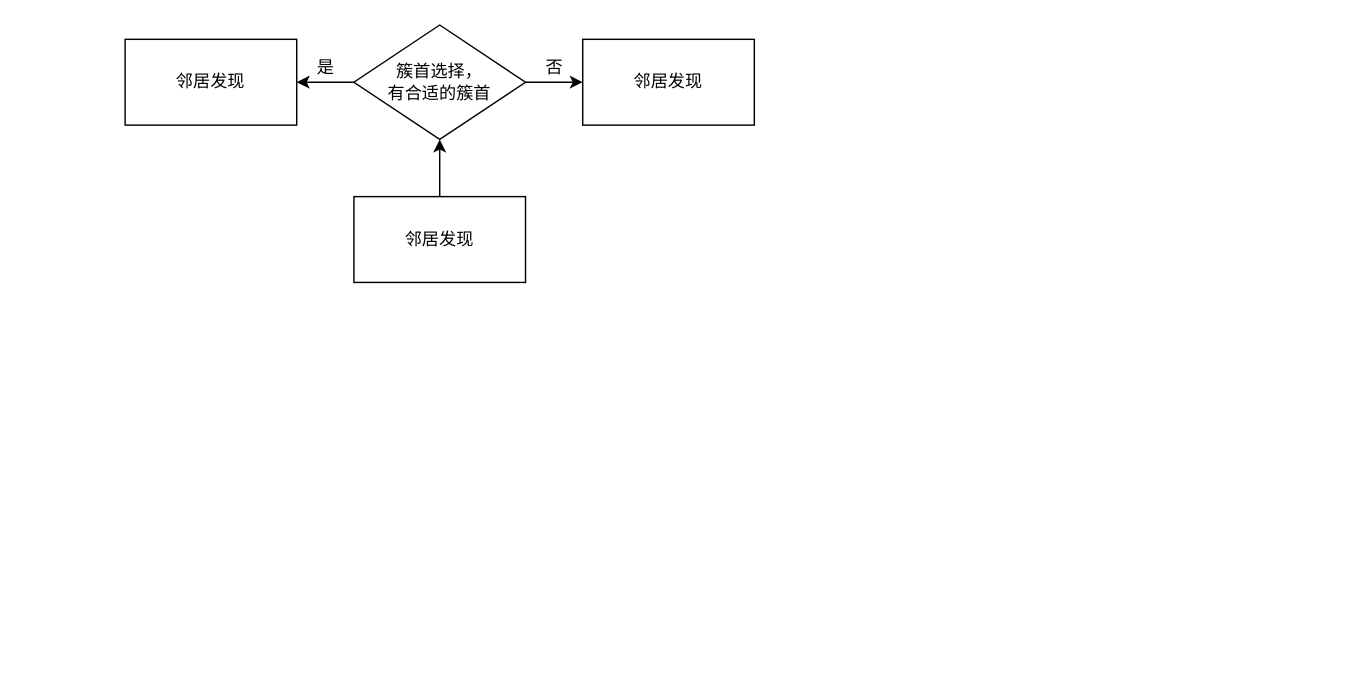
Before: my-cluster.drawio in trevorHsu/draftChart, a draw.io diagram. Source tidied: cells renumbered, new cells numbered last; positions are measured from the earlier drawing's top-left corner, leaving out a move shared by most shapes. Both pictures are drawn from the tidied source at 143%, with x=0, y=0 at pixel (124, 24).
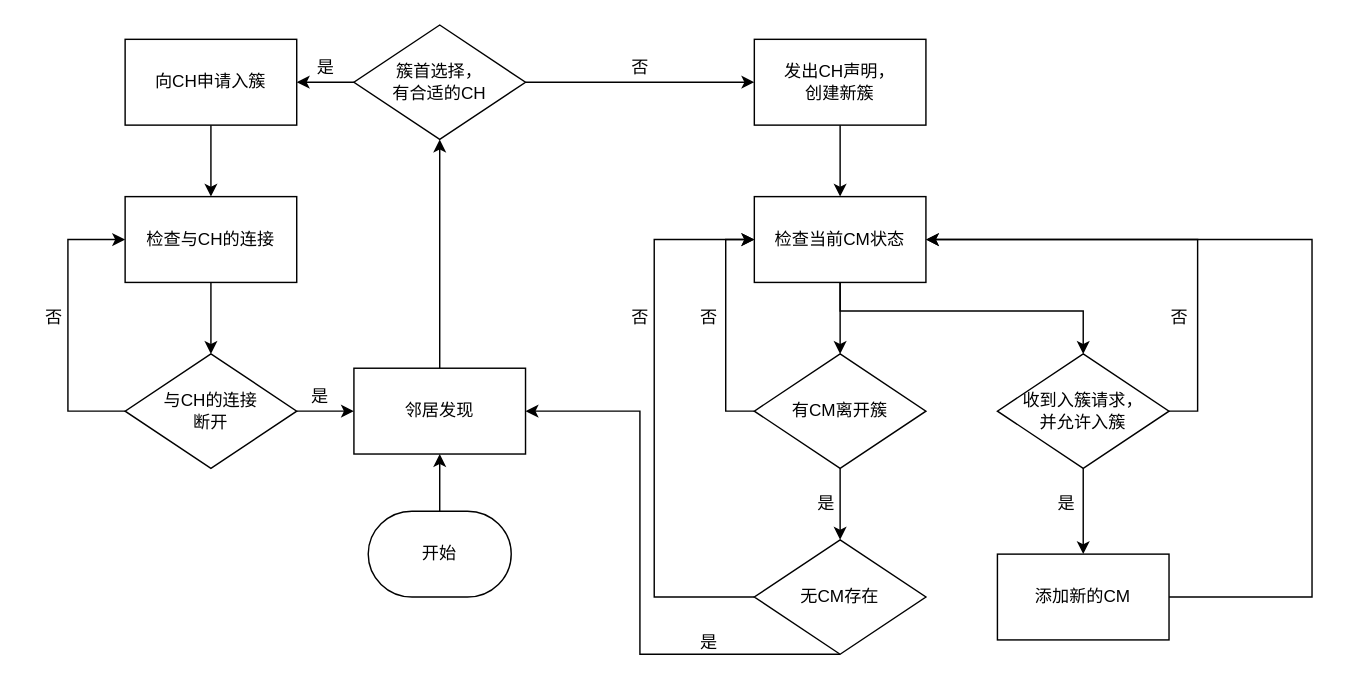
After the change.

Change to the diagram source:
```diff
@@
     <mxCell id="3" value="邻居发现" style="rounded=0;whiteSpace=wrap;html=1;" parent="1" vertex="1">
-      <mxGeometry x="160" y="120" width="120" height="60" as="geometry" />
+      <mxGeometry x="160" y="240" width="120" height="60" as="geometry" />
     </mxCell>
@@
-    <mxCell id="6" value="簇首选择，&lt;br&gt;有合适的簇首" style="rhombus;whiteSpace=wrap;html=1;" parent="1" vertex="1">
+    <mxCell id="6" value="簇首选择，&lt;br&gt;有合适的CH" style="rhombus;whiteSpace=wrap;html=1;" parent="1" vertex="1">
       <mxGeometry x="160" width="120" height="80" as="geometry" />
     </mxCell>
+    <mxCell id="11" style="edgeStyle=orthogonalEdgeStyle;rounded=0;jettySize=auto;html=1;" parent="1" edge="1" source="7" target="14">
+      <mxGeometry relative="1" as="geometry" />
+    </mxCell>
-    <mxCell id="7" value="邻居发现" style="rounded=0;whiteSpace=wrap;html=1;" parent="1" vertex="1">
+    <mxCell id="7" value="向CH申请入簇" style="rounded=0;whiteSpace=wrap;html=1;" parent="1" vertex="1">
       <mxGeometry y="10" width="120" height="60" as="geometry" />
     </mxCell>
+    <mxCell id="12" style="edgeStyle=orthogonalEdgeStyle;rounded=0;jettySize=auto;html=1;" parent="1" edge="1" source="8" target="22">
+      <mxGeometry relative="1" as="geometry" />
+    </mxCell>
-    <mxCell id="8" value="邻居发现" style="rounded=0;whiteSpace=wrap;html=1;" parent="1" vertex="1">
-      <mxGeometry x="320" y="10" width="120" height="60" as="geometry" />
+    <mxCell id="8" value="发出CH声明，&lt;br&gt;创建新簇" style="rounded=0;whiteSpace=wrap;html=1;" parent="1" vertex="1">
+      <mxGeometry x="440" y="10" width="120" height="60" as="geometry" />
     </mxCell>
@@
     <mxCell id="10" value="否" style="text;html=1;align=center;verticalAlign=middle;fillColor=none;strokeColor=none;rounded=0;" parent="1" vertex="1">
-      <mxGeometry x="280" y="15" width="40" height="30" as="geometry" />
+      <mxGeometry x="340" y="15" width="40" height="30" as="geometry" />
     </mxCell>
+    <mxCell id="13" style="edgeStyle=orthogonalEdgeStyle;rounded=0;jettySize=auto;html=1;" parent="1" edge="1" source="14" target="17">
+      <mxGeometry relative="1" as="geometry" />
+    </mxCell>
+    <mxCell id="14" value="检查与CH的连接" style="rounded=0;whiteSpace=wrap;html=1;" parent="1" vertex="1">
+      <mxGeometry y="120" width="120" height="60" as="geometry" />
+    </mxCell>
+    <mxCell id="15" style="edgeStyle=orthogonalEdgeStyle;rounded=0;jettySize=auto;html=1;entryX=0;entryY=0.5;entryDx=0;entryDy=0;" parent="1" edge="1" source="17" target="14">
+      <mxGeometry relative="1" as="geometry">
+        <Array as="points">
+          <mxPoint x="-40" y="270" />
+          <mxPoint x="-40" y="150" />
+        </Array>
+      </mxGeometry>
+    </mxCell>
+    <mxCell id="16" style="edgeStyle=orthogonalEdgeStyle;rounded=0;jettySize=auto;html=1;" parent="1" edge="1" source="17" target="3">
+      <mxGeometry relative="1" as="geometry" />
+    </mxCell>
+    <mxCell id="17" value="与CH的连接&lt;br&gt;断开" style="rhombus;whiteSpace=wrap;html=1;" parent="1" vertex="1">
+      <mxGeometry y="230" width="120" height="80" as="geometry" />
+    </mxCell>
+    <mxCell id="18" value="否" style="text;html=1;align=center;verticalAlign=middle;fillColor=none;strokeColor=none;rounded=0;" parent="1" vertex="1">
+      <mxGeometry x="-70" y="190" width="40" height="30" as="geometry" />
+    </mxCell>
+    <mxCell id="19" value="是" style="text;html=1;align=center;verticalAlign=middle;fillColor=none;strokeColor=none;rounded=0;" parent="1" vertex="1">
+      <mxGeometry x="116" y="245" width="40" height="30" as="geometry" />
+    </mxCell>
+    <mxCell id="20" style="edgeStyle=orthogonalEdgeStyle;rounded=0;jettySize=auto;html=1;" parent="1" edge="1" source="22" target="25">
+      <mxGeometry relative="1" as="geometry" />
+    </mxCell>
+    <mxCell id="21" style="edgeStyle=orthogonalEdgeStyle;rounded=0;jettySize=auto;html=1;entryX=0.5;entryY=0;entryDx=0;entryDy=0;" parent="1" edge="1" source="22" target="28">
+      <mxGeometry relative="1" as="geometry">
+        <Array as="points">
+          <mxPoint x="500" y="200" />
+          <mxPoint x="670" y="200" />
+        </Array>
+      </mxGeometry>
+    </mxCell>
+    <mxCell id="22" value="检查当前CM状态" style="rounded=0;whiteSpace=wrap;html=1;" parent="1" vertex="1">
+      <mxGeometry x="440" y="120" width="120" height="60" as="geometry" />
+    </mxCell>
+    <mxCell id="23" style="edgeStyle=orthogonalEdgeStyle;rounded=0;jettySize=auto;html=1;entryX=0;entryY=0.5;entryDx=0;entryDy=0;" parent="1" edge="1" source="25" target="22">
+      <mxGeometry relative="1" as="geometry">
+        <Array as="points">
+          <mxPoint x="420" y="270" />
+          <mxPoint x="420" y="150" />
+        </Array>
+      </mxGeometry>
+    </mxCell>
+    <mxCell id="24" style="edgeStyle=orthogonalEdgeStyle;rounded=0;jettySize=auto;html=1;" parent="1" edge="1" source="25" target="32">
+      <mxGeometry relative="1" as="geometry" />
+    </mxCell>
+    <mxCell id="25" value="有CM离开簇" style="rhombus;whiteSpace=wrap;html=1;" parent="1" vertex="1">
+      <mxGeometry x="440" y="230" width="120" height="80" as="geometry" />
+    </mxCell>
+    <mxCell id="26" style="edgeStyle=orthogonalEdgeStyle;rounded=0;jettySize=auto;html=1;" parent="1" edge="1" source="28" target="37">
+      <mxGeometry relative="1" as="geometry" />
+    </mxCell>
+    <mxCell id="27" style="edgeStyle=orthogonalEdgeStyle;rounded=0;jettySize=auto;html=1;entryX=1;entryY=0.5;entryDx=0;entryDy=0;" parent="1" edge="1" source="28" target="22">
+      <mxGeometry relative="1" as="geometry">
+        <Array as="points">
+          <mxPoint x="750" y="270" />
+          <mxPoint x="750" y="150" />
+        </Array>
+      </mxGeometry>
+    </mxCell>
+    <mxCell id="28" value="收到入簇请求，&lt;br&gt;并允许入簇" style="rhombus;whiteSpace=wrap;html=1;" parent="1" vertex="1">
+      <mxGeometry x="610" y="230" width="120" height="80" as="geometry" />
+    </mxCell>
+    <mxCell id="29" value="否" style="text;html=1;align=center;verticalAlign=middle;fillColor=none;strokeColor=none;rounded=0;" parent="1" vertex="1">
+      <mxGeometry x="388" y="190" width="40" height="30" as="geometry" />
+    </mxCell>
+    <mxCell id="30" style="edgeStyle=orthogonalEdgeStyle;rounded=0;jettySize=auto;html=1;entryX=0;entryY=0.5;entryDx=0;entryDy=0;" parent="1" edge="1" source="32" target="22">
+      <mxGeometry relative="1" as="geometry">
+        <Array as="points">
+          <mxPoint x="370" y="400" />
+          <mxPoint x="370" y="150" />
+        </Array>
+      </mxGeometry>
+    </mxCell>
+    <mxCell id="31" style="edgeStyle=orthogonalEdgeStyle;rounded=0;jettySize=auto;html=1;entryX=1;entryY=0.5;entryDx=0;entryDy=0;" parent="1" edge="1" source="32" target="3">
+      <mxGeometry relative="1" as="geometry">
+        <Array as="points">
+          <mxPoint x="360" y="440" />
+          <mxPoint x="360" y="270" />
+        </Array>
+      </mxGeometry>
+    </mxCell>
+    <mxCell id="32" value="无CM存在" style="rhombus;whiteSpace=wrap;html=1;" parent="1" vertex="1">
+      <mxGeometry x="440" y="360" width="120" height="80" as="geometry" />
+    </mxCell>
+    <mxCell id="33" value="是" style="text;html=1;align=center;verticalAlign=middle;fillColor=none;strokeColor=none;rounded=0;" parent="1" vertex="1">
+      <mxGeometry x="470" y="320" width="40" height="30" as="geometry" />
+    </mxCell>
+    <mxCell id="34" value="否" style="text;html=1;align=center;verticalAlign=middle;fillColor=none;strokeColor=none;rounded=0;" parent="1" vertex="1">
+      <mxGeometry x="340" y="190" width="40" height="30" as="geometry" />
+    </mxCell>
+    <mxCell id="35" value="是" style="text;html=1;align=center;verticalAlign=middle;fillColor=none;strokeColor=none;rounded=0;" parent="1" vertex="1">
+      <mxGeometry x="388" y="417" width="40" height="30" as="geometry" />
+    </mxCell>
+    <mxCell id="36" style="edgeStyle=orthogonalEdgeStyle;rounded=0;jettySize=auto;html=1;exitX=1;exitY=0.5;exitDx=0;exitDy=0;" parent="1" edge="1" source="37">
+      <mxGeometry relative="1" as="geometry">
+        <mxPoint x="560" y="150" as="targetPoint" />
+        <Array as="points">
+          <mxPoint x="830" y="400" />
+          <mxPoint x="830" y="150" />
+        </Array>
+      </mxGeometry>
+    </mxCell>
+    <mxCell id="37" value="添加新的CM" style="rounded=0;whiteSpace=wrap;html=1;" parent="1" vertex="1">
+      <mxGeometry x="610" y="370" width="120" height="60" as="geometry" />
+    </mxCell>
+    <mxCell id="38" value="是" style="text;html=1;align=center;verticalAlign=middle;fillColor=none;strokeColor=none;rounded=0;" parent="1" vertex="1">
+      <mxGeometry x="638" y="320" width="40" height="30" as="geometry" />
+    </mxCell>
+    <mxCell id="39" value="否" style="text;html=1;align=center;verticalAlign=middle;fillColor=none;strokeColor=none;rounded=0;" parent="1" vertex="1">
+      <mxGeometry x="717" y="190" width="40" height="30" as="geometry" />
+    </mxCell>
+    <mxCell id="40" style="edgeStyle=orthogonalEdgeStyle;rounded=0;jettySize=auto;html=1;" parent="1" edge="1" source="41" target="3">
+      <mxGeometry relative="1" as="geometry" />
+    </mxCell>
+    <mxCell id="41" value="开始" style="strokeWidth=1;html=1;shape=mxgraph.flowchart.terminator;whiteSpace=wrap;shadow=0;glass=0;" parent="1" vertex="1">
+      <mxGeometry x="170" y="340" width="100" height="60" as="geometry" />
+    </mxCell>
```
